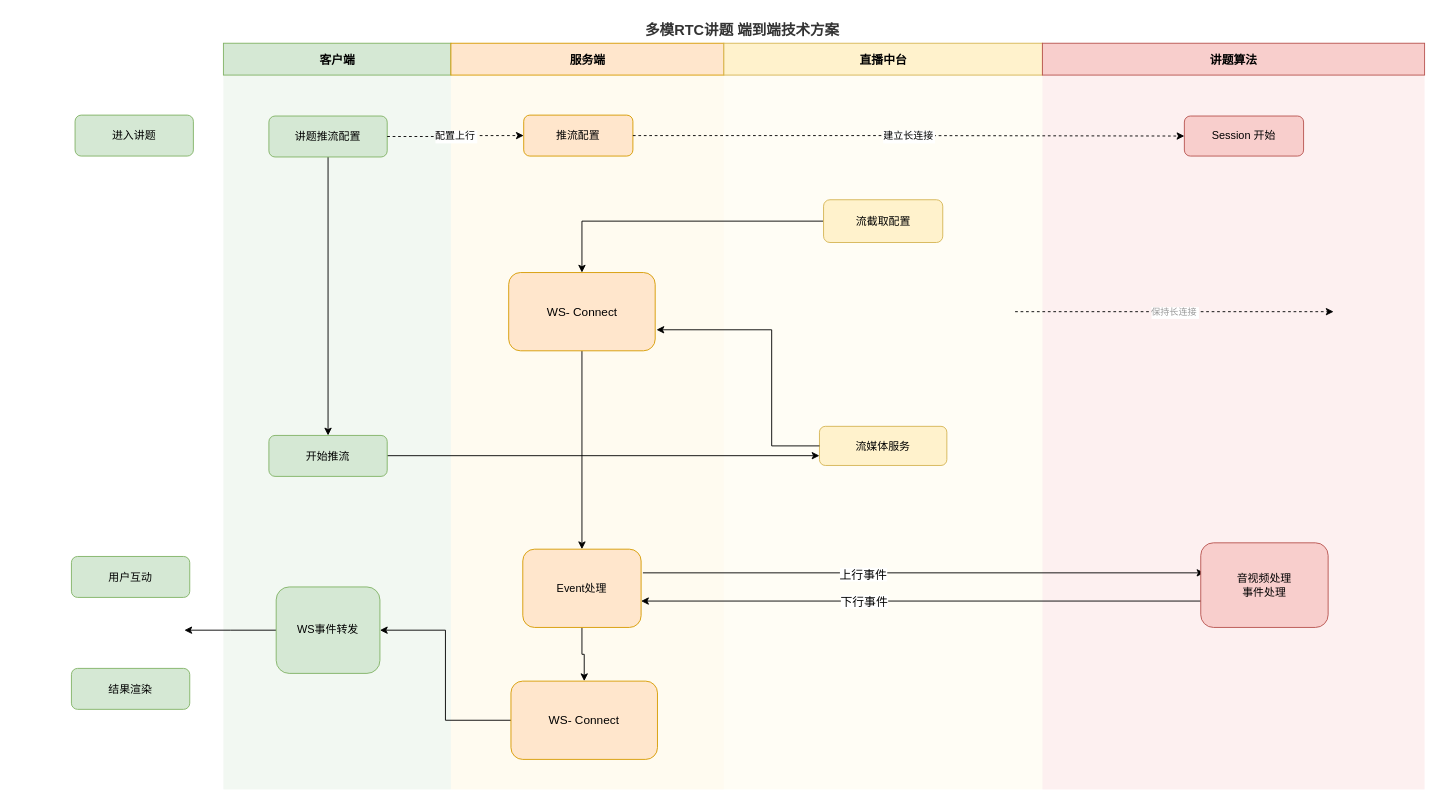
Before: 好未来/2604_晋升述职/RTC流程图.drawio in dongjinmin-710/my-darwio, a draw.io diagram. Source tidied: cells renumbered, new cells numbered last; positions are measured from the earlier drawing's top-left corner, leaving out a move shared by most shapes. Both pictures are drawn from the tidied source at 91%, with x=0, y=0 at pixel (59, 15).
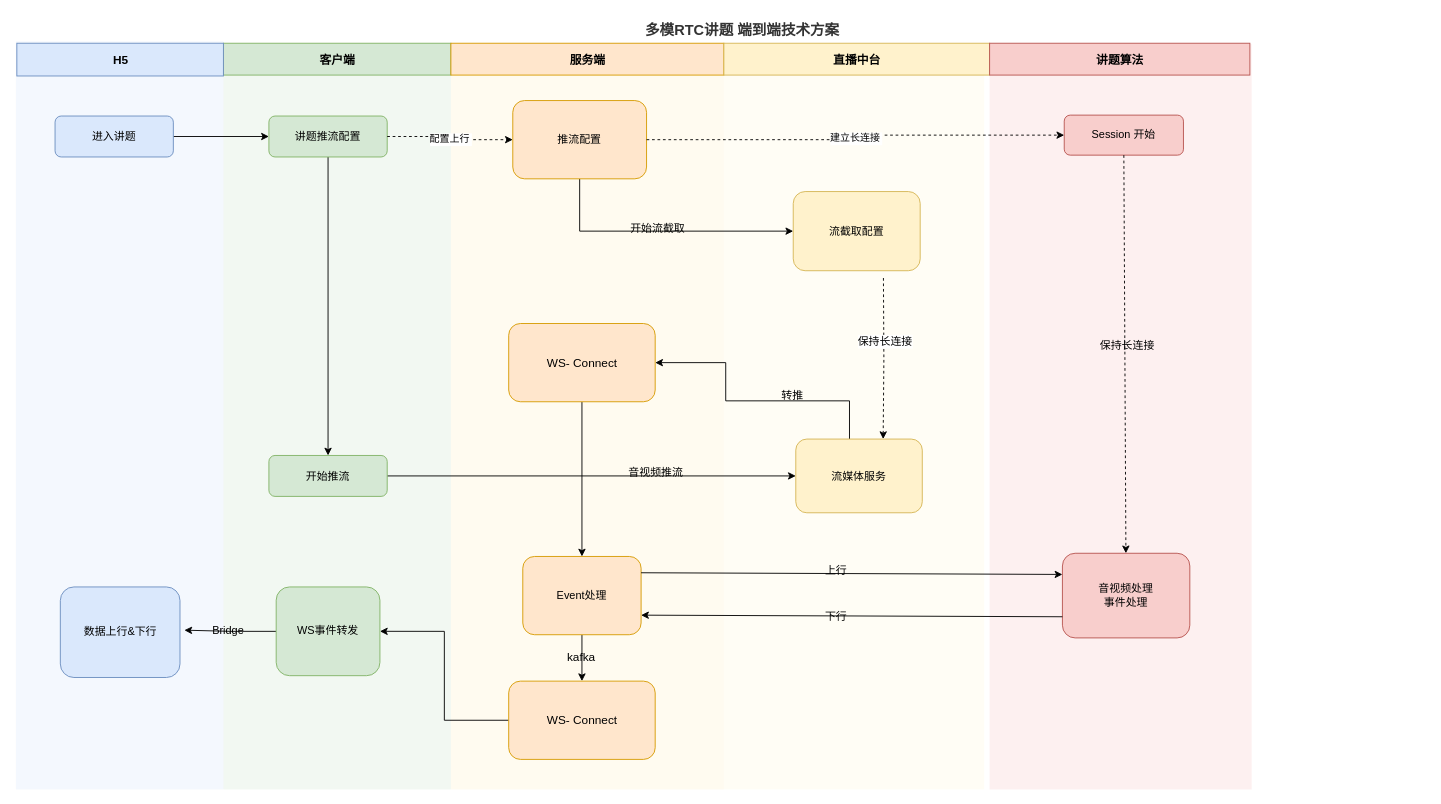
The same diagram, later.

Commit message:
更新RTC流程图.drawio

The change refers to these unchanged cells:
```xml
<mxCell id="4" style="rounded=0;whiteSpace=wrap;html=1;fillColor=#fff2cc;strokeColor=none;opacity=30;" parent="1" vertex="1">
  <mxGeometry x="430" y="30" width="300" height="820" as="geometry" />
</mxCell>
<mxCell id="12" value="讲题推流配置" style="rounded=1;whiteSpace=wrap;html=1;fillColor=#d5e8d4;strokeColor=#82b366;" parent="1" vertex="1">
  <mxGeometry x="230" y="110" width="130" height="45" as="geometry" />
</mxCell>
<mxCell id="25" style="edgeStyle=orthogonalEdgeStyle;rounded=0;jettySize=auto;html=1;" parent="1" edge="1" source="26">
  <mxGeometry relative="1" as="geometry">
    <mxPoint x="137.1" y="675" as="targetPoint" />
  </mxGeometry>
</mxCell>
<mxCell id="29" style="edgeStyle=orthogonalEdgeStyle;rounded=0;jettySize=auto;html=1;entryX=0.5;entryY=0;entryDx=0;entryDy=0;" parent="1" edge="1" source="30" target="39">
  <mxGeometry relative="1" as="geometry" />
</mxCell>
```

Diff of the diagram source:
```diff
@@
+    <mxCell id="40" style="rounded=0;whiteSpace=wrap;html=1;fillColor=#dae8fc;strokeColor=none;opacity=30;" parent="1" vertex="1">
+      <mxGeometry x="-48" y="28" width="228" height="822" as="geometry" />
+    </mxCell>
@@
     <mxCell id="5" style="rounded=0;whiteSpace=wrap;html=1;fillColor=#fff2cc;strokeColor=none;opacity=20;" parent="1" vertex="1">
-      <mxGeometry x="730" y="30" width="350" height="820" as="geometry" />
+      <mxGeometry x="730" y="31" width="286" height="819" as="geometry" />
     </mxCell>
     <mxCell id="6" style="rounded=0;whiteSpace=wrap;html=1;fillColor=#f8cecc;strokeColor=none;opacity=30;" parent="1" vertex="1">
-      <mxGeometry x="1080" y="30" width="420" height="820" as="geometry" />
+      <mxGeometry x="1022" y="31" width="288" height="819" as="geometry" />
     </mxCell>
@@
     <mxCell id="9" value="直播中台" style="text;html=1;align=center;verticalAlign=middle;fontSize=13;fontStyle=1;fillColor=#fff2cc;strokeColor=#d6b656;rounded=0;" parent="1" vertex="1">
-      <mxGeometry x="730" y="30" width="350" height="35" as="geometry" />
+      <mxGeometry x="730" y="30" width="292" height="35" as="geometry" />
     </mxCell>
     <mxCell id="10" value="讲题算法" style="text;html=1;align=center;verticalAlign=middle;fontSize=13;fontStyle=1;fillColor=#f8cecc;strokeColor=#b85450;rounded=0;" parent="1" vertex="1">
-      <mxGeometry x="1080" y="30" width="420" height="35" as="geometry" />
+      <mxGeometry x="1022" y="30" width="286" height="35" as="geometry" />
     </mxCell>
@@
+    <mxCell id="41" style="edgeStyle=orthogonalEdgeStyle;rounded=0;jettySize=auto;html=1;entryX=0;entryY=0.5;entryDx=0;entryDy=0;" parent="1" edge="1" source="13" target="18">
+      <mxGeometry relative="1" as="geometry">
+        <Array as="points">
+          <mxPoint x="572" y="237" />
+        </Array>
+      </mxGeometry>
+    </mxCell>
+    <mxCell id="42" value="开始流截取" style="edgeLabel;html=1;align=center;verticalAlign=middle;fontSize=12;labelBackgroundColor=none;" parent="41" vertex="1">
+      <mxGeometry x="-0.03" y="3" relative="1" as="geometry" />
+    </mxCell>
     <mxCell id="13" value="推流配置" style="rounded=1;whiteSpace=wrap;html=1;fillColor=#ffe6cc;strokeColor=#d79b00;" parent="1" vertex="1">
-      <mxGeometry x="510" y="109" width="120" height="45" as="geometry" />
+      <mxGeometry x="498" y="93" width="147" height="86" as="geometry" />
     </mxCell>
     <mxCell id="14" value="Session 开始" style="rounded=1;whiteSpace=wrap;html=1;fillColor=#f8cecc;strokeColor=#b85450;" parent="1" vertex="1">
-      <mxGeometry x="1236" y="110" width="131" height="44" as="geometry" />
+      <mxGeometry x="1104" y="109" width="131" height="44" as="geometry" />
     </mxCell>
@@
-    <mxCell id="17" style="edgeStyle=orthogonalEdgeStyle;rounded=0;jettySize=auto;html=1;" parent="1" edge="1" source="18" target="20">
-      <mxGeometry relative="1" as="geometry" />
-    </mxCell>
+    <mxCell id="43" style="edgeStyle=orthogonalEdgeStyle;rounded=0;orthogonalLoop=1;jettySize=auto;html=1;entryX=0.5;entryY=0;entryDx=0;entryDy=0;dashed=1;" parent="1" edge="1">
+      <mxGeometry relative="1" as="geometry">
+        <mxPoint x="905.3" y="288" as="sourcePoint" />
+        <mxPoint x="905" y="465" as="targetPoint" />
+      </mxGeometry>
+    </mxCell>
+    <mxCell id="44" value="保持长连接" style="edgeLabel;html=1;align=center;verticalAlign=middle;fontSize=12;" parent="43" vertex="1">
+      <mxGeometry x="-0.22" y="1" relative="1" as="geometry">
+        <mxPoint y="1" as="offset" />
+      </mxGeometry>
+    </mxCell>
     <mxCell id="18" value="流截取配置" style="rounded=1;whiteSpace=wrap;html=1;fillColor=#fff2cc;strokeColor=#d6b656;" parent="1" vertex="1">
-      <mxGeometry x="839.5" y="202" width="131" height="47" as="geometry" />
+      <mxGeometry x="806.2" y="193" width="139.5" height="87" as="geometry" />
     </mxCell>
@@
     <mxCell id="20" value="WS- Connect" style="rounded=1;whiteSpace=wrap;html=1;fillColor=#ffe6cc;strokeColor=#d79b00;fontSize=13;" parent="1" vertex="1">
-      <mxGeometry x="493.5" y="282" width="161" height="86" as="geometry" />
+      <mxGeometry x="493.5" y="338" width="161" height="86" as="geometry" />
     </mxCell>
-    <mxCell id="21" value="保持长连接" style="dashed=1;fontColor=#999999;fontSize=10;" parent="1" edge="1">
-      <mxGeometry relative="1" as="geometry">
-        <mxPoint x="1050" y="325" as="sourcePoint" />
-        <mxPoint x="1400" y="325" as="targetPoint" />
-      </mxGeometry>
+    <mxCell id="21" style="dashed=1;fontColor=#999999;fontSize=10;exitX=0.5;exitY=1;exitDx=0;exitDy=0;" parent="1" edge="1" source="14" target="33">
+      <mxGeometry x="-0.14" y="3" relative="1" as="geometry" />
     </mxCell>
+    <mxCell id="45" value="保持长连接" style="edgeLabel;html=1;align=center;verticalAlign=middle;labelBackgroundColor=none;fontSize=12;" parent="21" vertex="1">
+      <mxGeometry x="-0.04" y="2" relative="1" as="geometry" />
+    </mxCell>
-    <mxCell id="22" style="edgeStyle=orthogonalEdgeStyle;rounded=0;jettySize=auto;html=1;entryX=0;entryY=0.75;entryDx=0;entryDy=0;" parent="1" edge="1" source="23" target="24">
-      <mxGeometry relative="1" as="geometry">
-        <Array as="points">
-          <mxPoint x="835" y="484" />
-        </Array>
-      </mxGeometry>
+    <mxCell id="22" style="edgeStyle=orthogonalEdgeStyle;rounded=0;jettySize=auto;html=1;entryX=0;entryY=0.5;entryDx=0;entryDy=0;" parent="1" edge="1" source="23" target="24">
+      <mxGeometry relative="1" as="geometry" />
     </mxCell>
+    <mxCell id="46" value="音视频推流" style="edgeLabel;html=1;align=center;verticalAlign=middle;fontSize=12;labelBackgroundColor=none;" parent="22" vertex="1">
+      <mxGeometry x="0.31" y="-4" relative="1" as="geometry">
+        <mxPoint y="-8" as="offset" />
+      </mxGeometry>
+    </mxCell>
     <mxCell id="23" value="开始推流" style="rounded=1;whiteSpace=wrap;html=1;fillColor=#d5e8d4;strokeColor=#82b366;" parent="1" vertex="1">
-      <mxGeometry x="230" y="461" width="130" height="45" as="geometry" />
+      <mxGeometry x="230" y="483" width="130" height="45" as="geometry" />
     </mxCell>
+    <mxCell id="47" style="edgeStyle=orthogonalEdgeStyle;rounded=0;jettySize=auto;html=1;entryX=1;entryY=0.5;entryDx=0;entryDy=0;" parent="1" edge="1" source="24" target="20">
+      <mxGeometry relative="1" as="geometry">
+        <Array as="points">
+          <mxPoint x="868" y="423" />
+          <mxPoint x="732" y="423" />
+          <mxPoint x="732" y="381" />
+        </Array>
+      </mxGeometry>
+    </mxCell>
+    <mxCell id="48" value="转推" style="edgeLabel;html=1;align=center;verticalAlign=middle;labelBackgroundColor=none;fontSize=12;" parent="47" vertex="1">
+      <mxGeometry x="0.31" y="2" relative="1" as="geometry">
+        <mxPoint x="74" y="11" as="offset" />
+      </mxGeometry>
+    </mxCell>
     <mxCell id="24" value="流媒体服务" style="rounded=1;whiteSpace=wrap;html=1;fillColor=#fff2cc;strokeColor=#d6b656;" parent="1" vertex="1">
-      <mxGeometry x="835" y="451" width="140" height="43" as="geometry" />
+      <mxGeometry x="809" y="465" width="139" height="81" as="geometry" />
     </mxCell>
@@
+    <mxCell id="49" value="Bridge" style="edgeLabel;html=1;align=center;verticalAlign=middle;fontSize=12;labelBackgroundColor=none;" parent="25" vertex="1">
+      <mxGeometry x="0.49" y="-2" relative="1" as="geometry">
+        <mxPoint x="22" y="2" as="offset" />
+      </mxGeometry>
+    </mxCell>
     <mxCell id="26" value="WS事件转发" style="rounded=1;whiteSpace=wrap;html=1;fillColor=#d5e8d4;strokeColor=#82b366;" parent="1" vertex="1">
-      <mxGeometry x="238" y="627.5" width="114" height="95" as="geometry" />
+      <mxGeometry x="238" y="627.5" width="114" height="97.5" as="geometry" />
     </mxCell>
-    <mxCell id="27" style="edgeStyle=orthogonalEdgeStyle;rounded=0;orthogonalLoop=1;jettySize=auto;html=1;entryX=0;entryY=0.5;entryDx=0;entryDy=0;" parent="1" edge="1">
-      <mxGeometry relative="1" as="geometry">
-        <mxPoint x="641" y="612" as="sourcePoint" />
-        <mxPoint x="1258" y="612" as="targetPoint" />
-      </mxGeometry>
-    </mxCell>
-    <mxCell id="28" value="上行事件" style="edgeLabel;html=1;align=center;verticalAlign=middle;fontSize=13;" parent="27" vertex="1">
-      <mxGeometry x="-0.22" y="-1" relative="1" as="geometry" />
-    </mxCell>
@@
+    <mxCell id="50" value="kafka" style="edgeLabel;html=1;align=center;verticalAlign=middle;fontSize=13;labelBackgroundColor=none;" parent="29" vertex="1">
+      <mxGeometry x="-0.1" y="-2" relative="1" as="geometry" />
+    </mxCell>
     <mxCell id="30" value="Event处理" style="rounded=1;whiteSpace=wrap;html=1;fillColor=#ffe6cc;strokeColor=#d79b00;" parent="1" vertex="1">
-      <mxGeometry x="509" y="586" width="130" height="86" as="geometry" />
+      <mxGeometry x="509" y="594" width="130" height="86" as="geometry" />
     </mxCell>
-    <mxCell id="31" style="edgeStyle=orthogonalEdgeStyle;rounded=0;orthogonalLoop=1;jettySize=auto;html=1;entryX=1;entryY=0.5;entryDx=0;entryDy=0;" parent="1" edge="1">
-      <mxGeometry relative="1" as="geometry">
-        <mxPoint x="1256" y="643" as="sourcePoint" />
-        <mxPoint x="639" y="643" as="targetPoint" />
-      </mxGeometry>
-    </mxCell>
-    <mxCell id="32" value="下行事件" style="edgeLabel;html=1;align=center;verticalAlign=middle;fontSize=13;" parent="31" vertex="1">
-      <mxGeometry x="0.21" relative="1" as="geometry" />
-    </mxCell>
     <mxCell id="33" value="音视频处理&lt;br&gt;事件处理" style="rounded=1;whiteSpace=wrap;html=1;fillColor=#f8cecc;strokeColor=#b85450;" parent="1" vertex="1">
-      <mxGeometry x="1254" y="579" width="140" height="93" as="geometry" />
+      <mxGeometry x="1102" y="590.5" width="140" height="93" as="geometry" />
     </mxCell>
+    <mxCell id="51" style="edgeStyle=orthogonalEdgeStyle;rounded=0;jettySize=auto;html=1;" parent="1" edge="1" source="34" target="12">
+      <mxGeometry relative="1" as="geometry" />
+    </mxCell>
-    <mxCell id="34" value="进入讲题" style="rounded=1;whiteSpace=wrap;html=1;fillColor=#d5e8d4;strokeColor=#82b366;" parent="1" vertex="1">
-      <mxGeometry x="17" y="109" width="130" height="45" as="geometry" />
+    <mxCell id="34" value="进入讲题" style="rounded=1;whiteSpace=wrap;html=1;fillColor=#dae8fc;strokeColor=#6c8ebf;" parent="1" vertex="1">
+      <mxGeometry x="-5" y="110" width="130" height="45" as="geometry" />
     </mxCell>
-    <mxCell id="35" value="用户互动" style="rounded=1;whiteSpace=wrap;html=1;fillColor=#d5e8d4;strokeColor=#82b366;" parent="1" vertex="1">
-      <mxGeometry x="13" y="594" width="130" height="45" as="geometry" />
-    </mxCell>
-    <mxCell id="36" value="结果渲染" style="rounded=1;whiteSpace=wrap;html=1;fillColor=#d5e8d4;strokeColor=#82b366;" parent="1" vertex="1">
-      <mxGeometry x="13" y="717" width="130" height="45" as="geometry" />
+    <mxCell id="36" value="数据上行&amp;amp;下行" style="rounded=1;whiteSpace=wrap;html=1;fillColor=#dae8fc;strokeColor=#6c8ebf;" parent="1" vertex="1">
+      <mxGeometry x="0.8" y="627.5" width="131.5" height="99.5" as="geometry" />
     </mxCell>
-    <mxCell id="37" style="edgeStyle=orthogonalEdgeStyle;rounded=0;jettySize=auto;html=1;entryX=0.753;entryY=0.384;entryDx=0;entryDy=0;entryPerimeter=0;" parent="1" edge="1" source="24" target="4">
-      <mxGeometry relative="1" as="geometry" />
-    </mxCell>
@@
     <mxCell id="39" value="WS- Connect" style="rounded=1;whiteSpace=wrap;html=1;fillColor=#ffe6cc;strokeColor=#d79b00;fontSize=13;" parent="1" vertex="1">
-      <mxGeometry x="496" y="731" width="161" height="86" as="geometry" />
+      <mxGeometry x="493.5" y="731" width="161" height="86" as="geometry" />
     </mxCell>
+    <mxCell id="52" value="H5" style="text;html=1;align=center;verticalAlign=middle;fontSize=13;fontStyle=1;fillColor=#dae8fc;strokeColor=#6c8ebf;rounded=0;" parent="1" vertex="1">
+      <mxGeometry x="-47" y="30" width="227" height="36" as="geometry" />
+    </mxCell>
+    <mxCell id="53" style="endArrow=classic;html=1;rounded=0;entryX=0;entryY=0.25;entryDx=0;entryDy=0;" parent="1" edge="1" target="33">
+      <mxGeometry relative="1" as="geometry">
+        <mxPoint x="639" y="611.9" as="sourcePoint" />
+      </mxGeometry>
+    </mxCell>
+    <mxCell id="54" value="上行" style="edgeLabel;html=1;align=center;verticalAlign=middle;fontSize=12;labelBackgroundColor=none;" parent="53" vertex="1">
+      <mxGeometry x="-0.08" y="3" relative="1" as="geometry" />
+    </mxCell>
+    <mxCell id="55" style="endArrow=classic;html=1;rounded=0;entryX=1;entryY=0.75;entryDx=0;entryDy=0;exitX=0;exitY=0.75;exitDx=0;exitDy=0;" parent="1" edge="1" source="33" target="30">
+      <mxGeometry relative="1" as="geometry" />
+    </mxCell>
+    <mxCell id="56" value="下行" style="edgeLabel;html=1;align=center;verticalAlign=middle;fontSize=12;labelBackgroundColor=none;" parent="55" vertex="1">
+      <mxGeometry x="0.08" relative="1" as="geometry" />
+    </mxCell>
```
